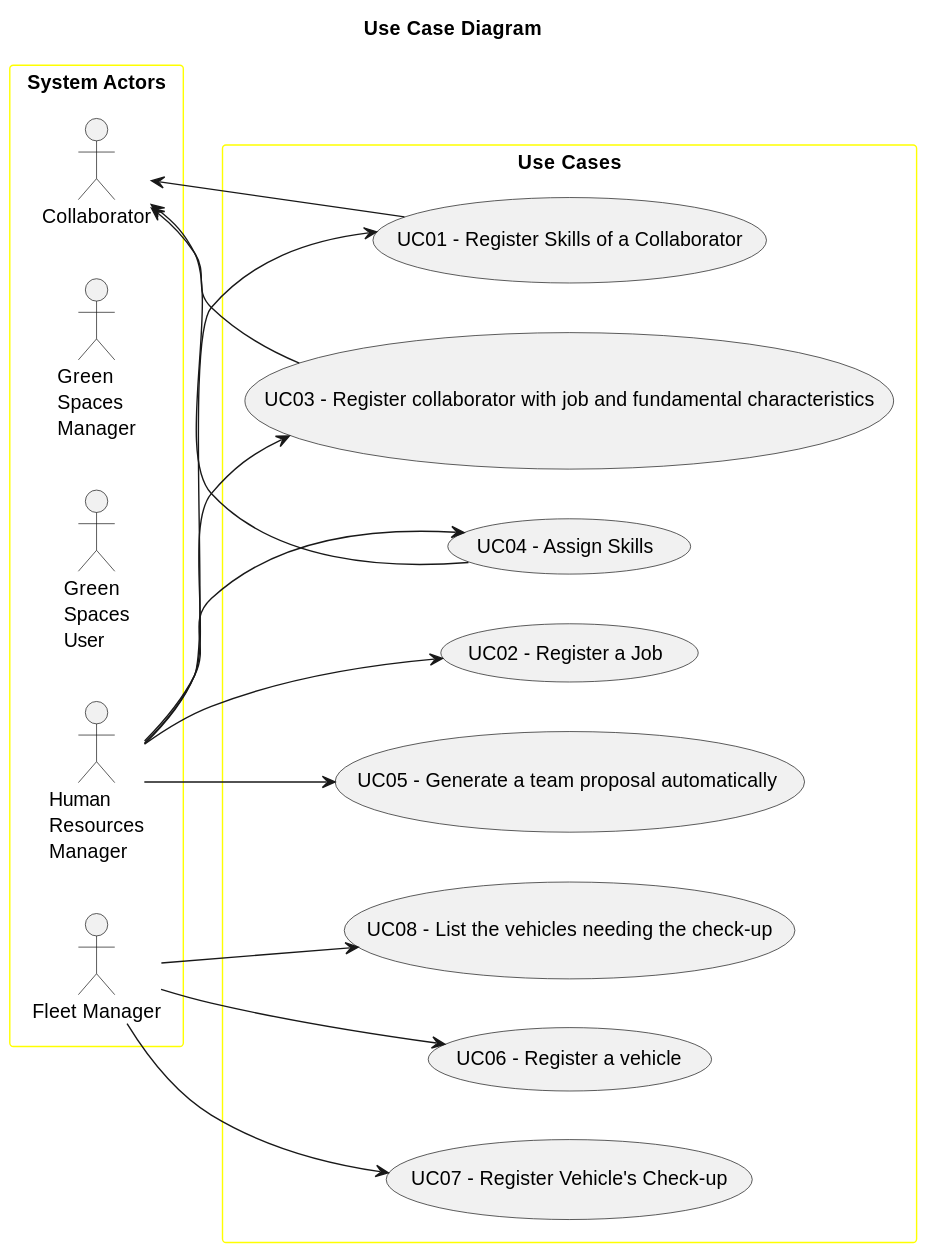
Before: docs/sprintA&B/global-artifacts/01.requirements-engineering/svg/use-case-diagram.svg, a diagram exported from PlantUML (daniel41silva05/ISEP_2023_2024_LAPR2).
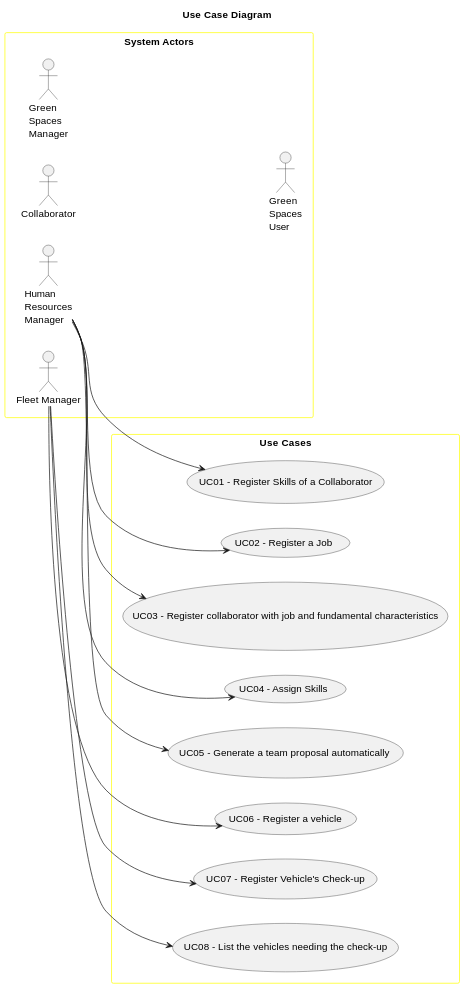
After the change.

Commit message:
fixes in Use Case Diagram

What changed in the source:
```diff
@@ -20,15 +20,12 @@
 rectangle "Use Cases" as usecases{
     usecase "UC01 - Register Skills of a Collaborator" as UC01
     HRM --> UC01
-    UC01 --> Collaborator
     usecase "UC02 - Register a Job" as UC02
     HRM --> UC02
     usecase "UC03 - Register collaborator with job and fundamental characteristics" as UC03
     HRM --> UC03
-    UC03 --> Collaborator
     usecase "UC04 - Assign Skills" as UC04
     HRM --> UC04
-    UC04 --> Collaborator
     usecase "UC05 - Generate a team proposal automatically " as UC05
     HRM --> UC05
     usecase "UC06 - Register a vehicle" as UC06
```
